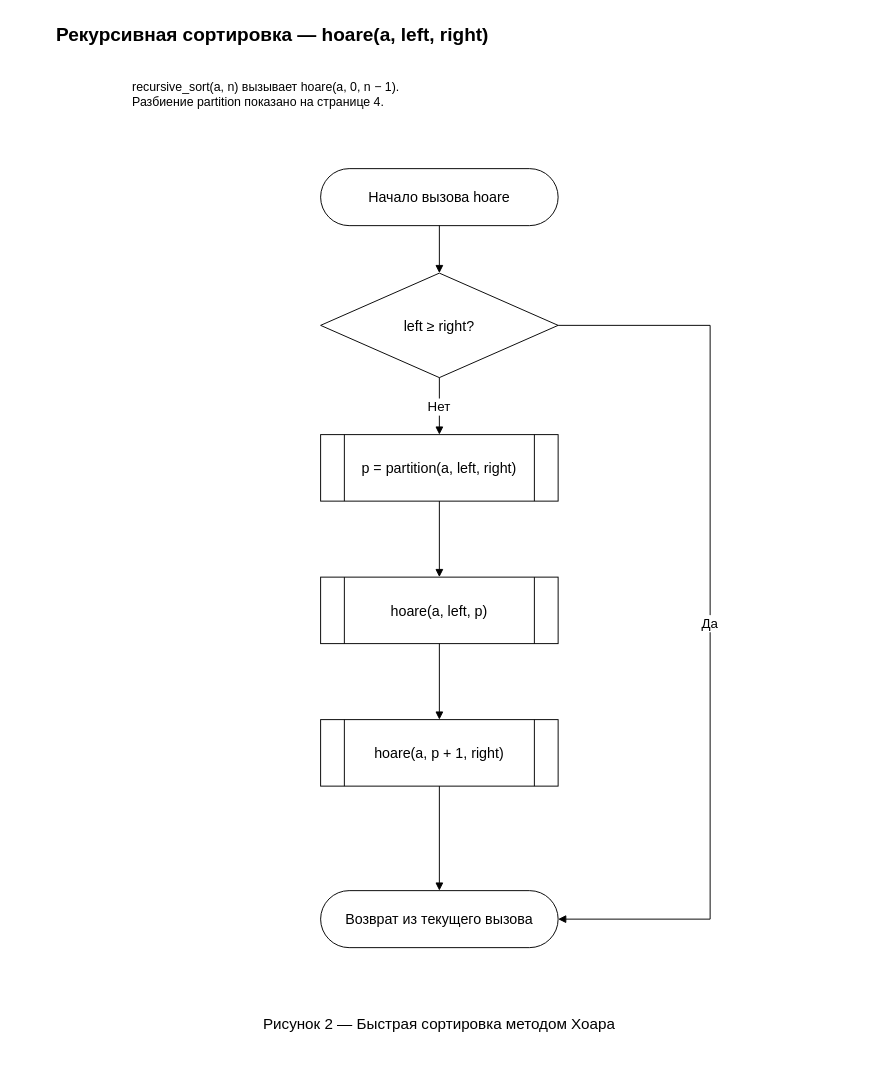
Earlier version of the draw.io diagram page "2. Метод Хоара" (2 of 4) of ЛБ2/Блок-схемы сортировок.drawio (Lemetist/iit). Source tidied: cells renumbered, new cells numbered last; positions are measured from the earlier drawing's top-left corner, leaving out a move shared by most shapes. Both pictures are drawn from the tidied source at 95%, with x=0, y=0 at pixel (16, 16).
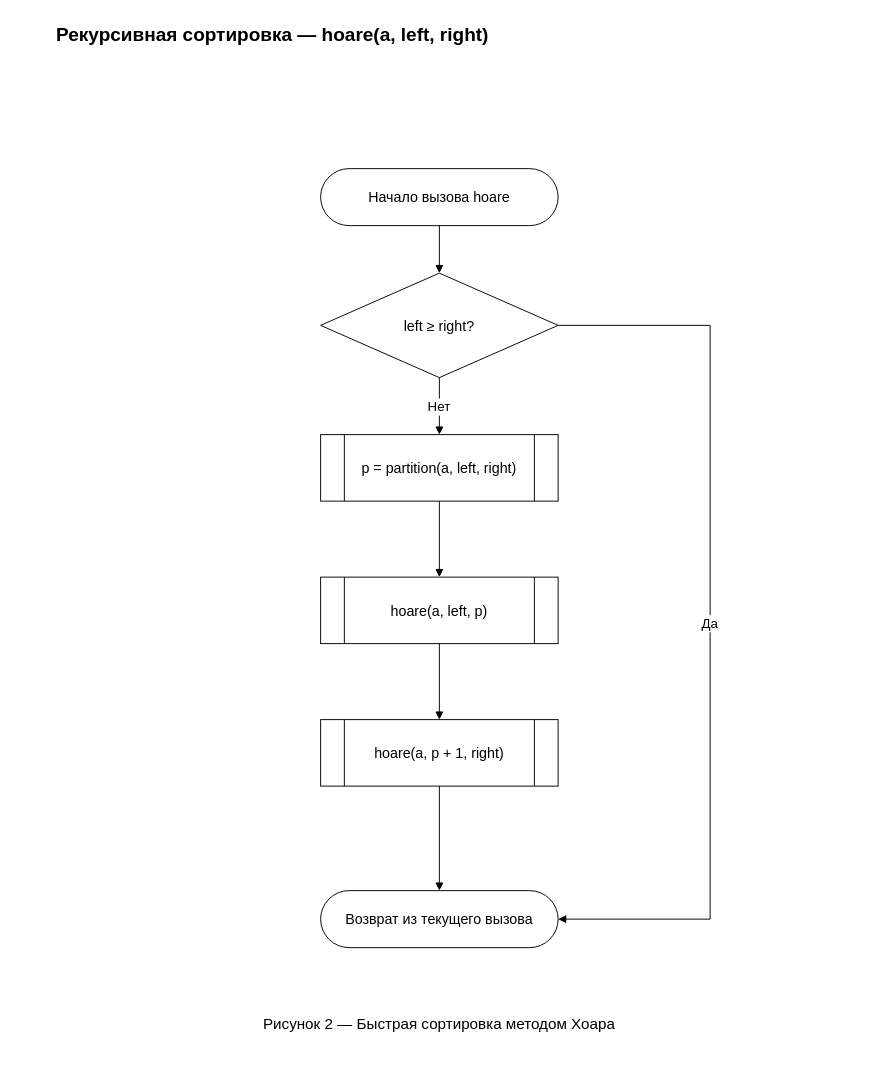
After the change.

The edit, as a diff of the source:
```diff
@@
 <mxGraphModel>
   <root>
     <mxCell id="0" />
     <mxCell id="1" parent="0" />
     <mxCell id="2" value="Рекурсивная сортировка — hoare(a, left, right)" style="whiteSpace=wrap;html=0;fontFamily=Arial;fontSize=15;strokeColor=#000000;fillColor=#ffffff;align=center;verticalAlign=middle;text;strokeColor=none;fillColor=none;fontStyle=1;fontSize=20;" parent="1" vertex="1">
       <mxGeometry x="40" width="820" height="50" as="geometry" />
     </mxCell>
-    <mxCell id="3" value="recursive_sort(a, n) вызывает hoare(a, 0, n − 1).&#10;Разбиение partition показано на странице 4." style="whiteSpace=wrap;html=0;fontFamily=Arial;fontSize=15;strokeColor=#000000;fillColor=#ffffff;align=center;verticalAlign=middle;text;strokeColor=none;fillColor=none;align=left;fontSize=13;" parent="1" vertex="1">
-      <mxGeometry x="120" y="60" width="650" height="60" as="geometry" />
-    </mxCell>
     <mxCell id="4" value="Начало вызова hoare" style="whiteSpace=wrap;html=0;fontFamily=Arial;fontSize=15;strokeColor=#000000;fillColor=#ffffff;align=center;verticalAlign=middle;rounded=1;arcSize=50;" parent="1" vertex="1">
       <mxGeometry x="320" y="160" width="250" height="60" as="geometry" />
     </mxCell>
     <mxCell id="5" value="left ≥ right?" style="whiteSpace=wrap;html=0;fontFamily=Arial;fontSize=15;strokeColor=#000000;fillColor=#ffffff;align=center;verticalAlign=middle;rhombus;" parent="1" vertex="1">
       <mxGeometry x="320" y="270" width="250" height="110" as="geometry" />
     </mxCell>
     <mxCell id="6" value="p = partition(a, left, right)" style="whiteSpace=wrap;html=0;fontFamily=Arial;fontSize=15;strokeColor=#000000;fillColor=#ffffff;align=center;verticalAlign=middle;shape=process;" parent="1" vertex="1">
       <mxGeometry x="320" y="440" width="250" height="70" as="geometry" />
     </mxCell>
     <mxCell id="7" value="hoare(a, left, p)" style="whiteSpace=wrap;html=0;fontFamily=Arial;fontSize=15;strokeColor=#000000;fillColor=#ffffff;align=center;verticalAlign=middle;shape=process;" parent="1" vertex="1">
       <mxGeometry x="320" y="590" width="250" height="70" as="geometry" />
     </mxCell>
     <mxCell id="8" value="hoare(a, p + 1, right)" style="whiteSpace=wrap;html=0;fontFamily=Arial;fontSize=15;strokeColor=#000000;fillColor=#ffffff;align=center;verticalAlign=middle;shape=process;" parent="1" vertex="1">
       <mxGeometry x="320" y="740" width="250" height="70" as="geometry" />
     </mxCell>
     <mxCell id="9" value="Возврат из текущего вызова" style="whiteSpace=wrap;html=0;fontFamily=Arial;fontSize=15;strokeColor=#000000;fillColor=#ffffff;align=center;verticalAlign=middle;rounded=1;arcSize=50;" parent="1" vertex="1">
       <mxGeometry x="320" y="920" width="250" height="60" as="geometry" />
     </mxCell>
     <mxCell id="10" style="edgeStyle=orthogonalEdgeStyle;rounded=0;html=0;endArrow=block;endFill=1;fontFamily=Arial;fontSize=14;labelBackgroundColor=#ffffff;" parent="1" edge="1" source="4" target="5">
       <mxGeometry relative="1" as="geometry" />
     </mxCell>
     <mxCell id="11" value="Нет" style="edgeStyle=orthogonalEdgeStyle;rounded=0;html=0;endArrow=block;endFill=1;fontFamily=Arial;fontSize=14;labelBackgroundColor=#ffffff;" parent="1" edge="1" source="5" target="6">
       <mxGeometry relative="1" as="geometry" />
     </mxCell>
     <mxCell id="12" value="Да" style="edgeStyle=orthogonalEdgeStyle;rounded=0;html=0;endArrow=block;endFill=1;fontFamily=Arial;fontSize=14;labelBackgroundColor=#ffffff;exitX=1;exitY=0.5;entryX=1;entryY=0.5;" parent="1" edge="1" source="5" target="9">
       <mxGeometry relative="1" as="geometry">
         <Array as="points">
           <mxPoint x="730" y="325" />
           <mxPoint x="730" y="950" />
         </Array>
       </mxGeometry>
     </mxCell>
     <mxCell id="13" style="edgeStyle=orthogonalEdgeStyle;rounded=0;html=0;endArrow=block;endFill=1;fontFamily=Arial;fontSize=14;labelBackgroundColor=#ffffff;" parent="1" edge="1" source="6" target="7">
       <mxGeometry relative="1" as="geometry" />
     </mxCell>
     <mxCell id="14" style="edgeStyle=orthogonalEdgeStyle;rounded=0;html=0;endArrow=block;endFill=1;fontFamily=Arial;fontSize=14;labelBackgroundColor=#ffffff;" parent="1" edge="1" source="7" target="8">
       <mxGeometry relative="1" as="geometry" />
     </mxCell>
     <mxCell id="15" style="edgeStyle=orthogonalEdgeStyle;rounded=0;html=0;endArrow=block;endFill=1;fontFamily=Arial;fontSize=14;labelBackgroundColor=#ffffff;" parent="1" edge="1" source="8" target="9">
       <mxGeometry relative="1" as="geometry" />
     </mxCell>
     <mxCell id="16" value="Рисунок 2 — Быстрая сортировка методом Хоара" style="text;html=0;whiteSpace=wrap;align=center;verticalAlign=middle;fontFamily=Arial;fontSize=16;strokeColor=none;fillColor=none;" parent="1" vertex="1">
       <mxGeometry y="1030" width="890" height="60" as="geometry" />
     </mxCell>
   </root>
 </mxGraphModel>
```
